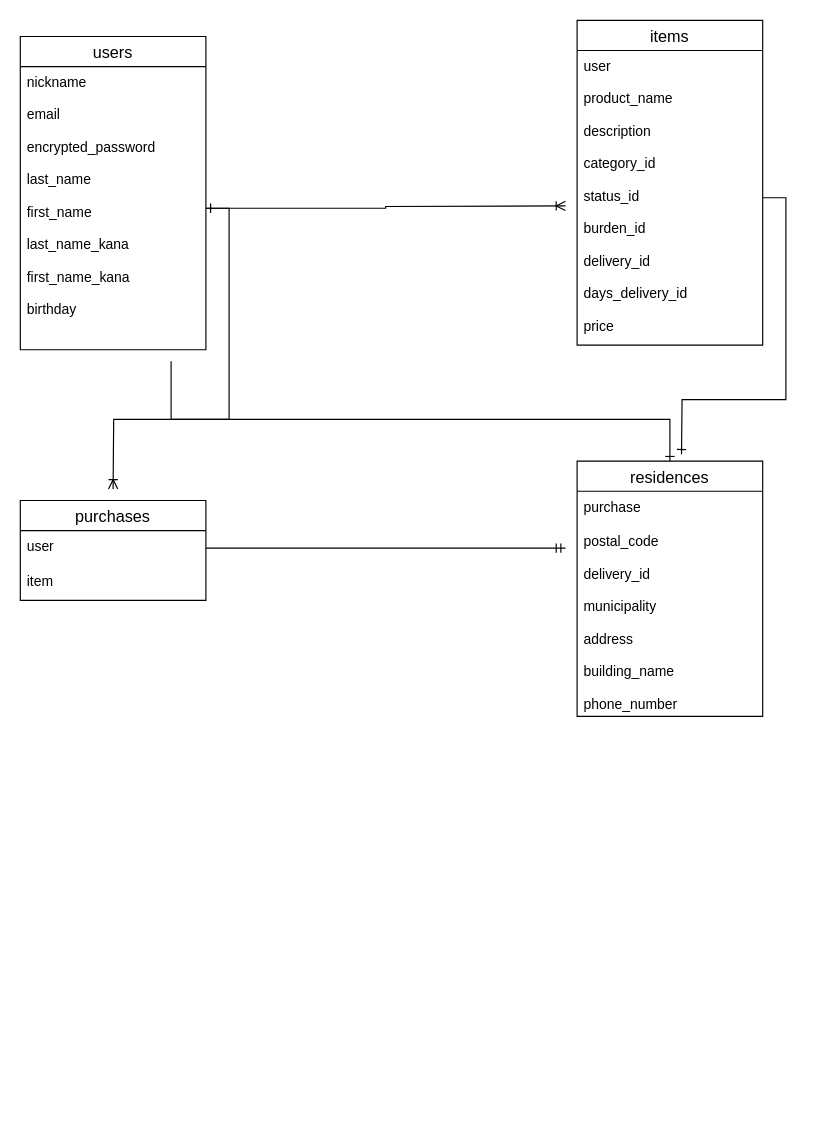
This is furima35944.dio from atsuya070108/furima-35944, a draw.io file, before an edit. Source tidied: cells renumbered, new cells numbered last; positions are measured from the earlier drawing's top-left corner, leaving out a move shared by most shapes. Both pictures are drawn from the tidied source at 116%, with x=0, y=0 at pixel (20, 20).
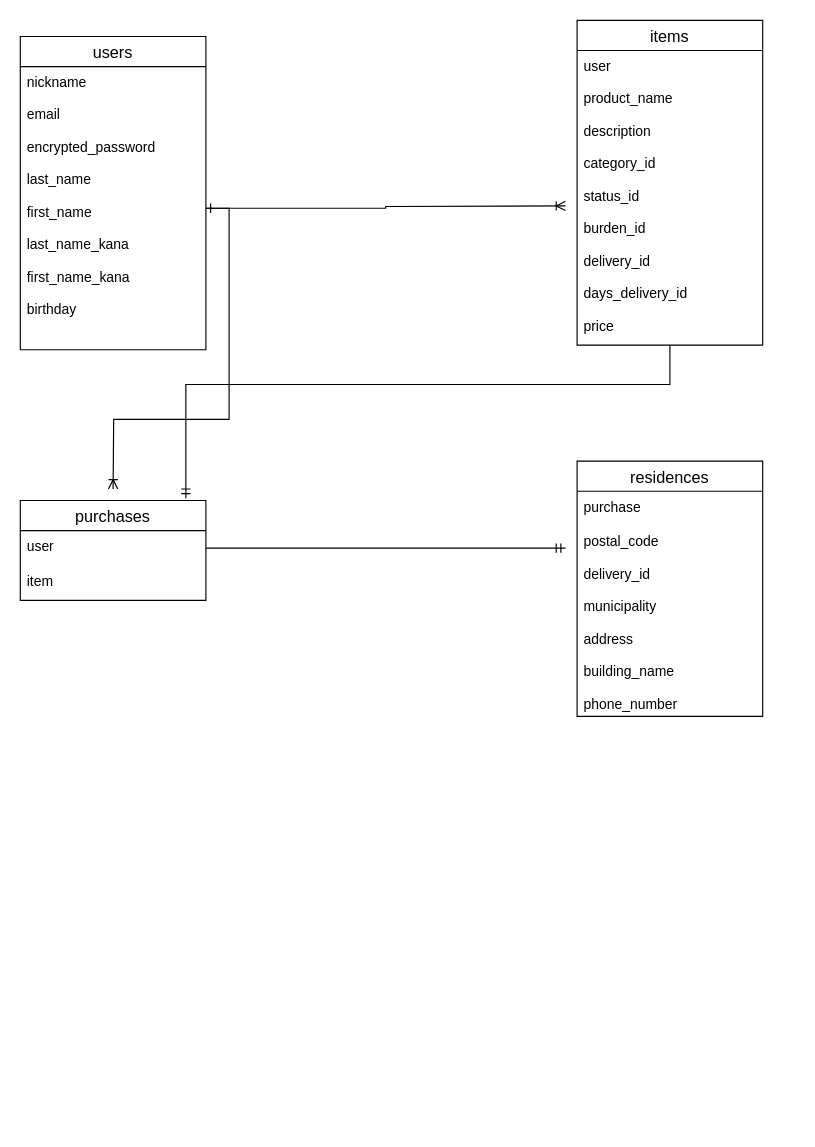
The same page after the edit.

Commit message:
コメントに対しての修正

The change refers to these unchanged cells:
```xml
<mxCell id="5" value="user&#10;&#10;product_name&#10;&#10;description&#10;&#10;category_id&#10;&#10;status_id&#10;&#10;burden_id&#10;&#10;delivery_id&#10;&#10;days_delivery_id&#10;&#10;price" style="text;strokeColor=none;fillColor=none;spacingLeft=4;spacingRight=4;overflow=hidden;points=[[0,0.5],[1,0.5]];portConstraint=eastwest;fontSize=12;" parent="4" vertex="1">
  <mxGeometry y="26" width="160" height="254" as="geometry" />
</mxCell>
<mxCell id="8" value="residences" style="swimlane;fontStyle=0;horizontal=1;startSize=26;align=center;fontSize=14;" parent="1" vertex="1">
  <mxGeometry x="480" y="380" width="160" height="220" as="geometry" />
</mxCell>
<mxCell id="11" value="purchases" style="swimlane;fontStyle=0;horizontal=1;startSize=26;align=center;fontSize=14;" parent="1" vertex="1">
  <mxGeometry y="414" width="160" height="86" as="geometry" />
</mxCell>
```

Change to the diagram source:
```diff
@@
-    <mxCell id="7" style="edgeStyle=orthogonalEdgeStyle;rounded=0;jettySize=auto;html=1;startArrow=ERone;startFill=0;endArrow=none;endFill=0;" parent="1" edge="1" source="8">
-      <mxGeometry relative="1" as="geometry">
-        <mxPoint x="130" y="294" as="targetPoint" />
-        <Array as="points">
-          <mxPoint x="560" y="344" />
-          <mxPoint x="130" y="344" />
-        </Array>
-      </mxGeometry>
-    </mxCell>
@@
-    <mxCell id="17" style="edgeStyle=orthogonalEdgeStyle;rounded=0;jettySize=auto;html=1;startArrow=none;startFill=0;endArrow=ERone;endFill=0;" parent="1" edge="1" source="5">
-      <mxGeometry relative="1" as="geometry">
-        <mxPoint x="570" y="374" as="targetPoint" />
-      </mxGeometry>
-    </mxCell>
+    <mxCell id="18" style="edgeStyle=orthogonalEdgeStyle;rounded=0;jettySize=auto;html=1;startArrow=none;startFill=0;endArrow=ERmandOne;endFill=0;entryX=0.892;entryY=-0.023;entryDx=0;entryDy=0;entryPerimeter=0;" parent="1" edge="1" source="5" target="11">
+      <mxGeometry relative="1" as="geometry">
+        <Array as="points">
+          <mxPoint x="560" y="314" />
+          <mxPoint x="143" y="314" />
+        </Array>
+      </mxGeometry>
+    </mxCell>
```
